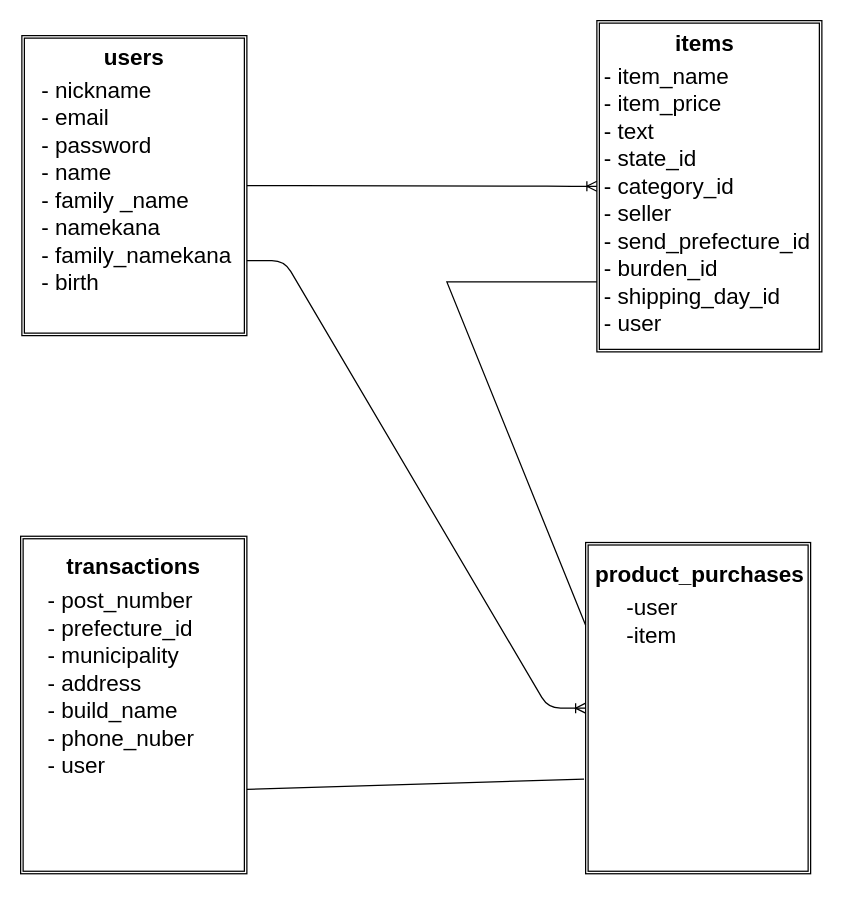
aseat/furima-31536 keeps this draw.io diagram as furima.dio. Above is the earlier version. Source tidied: cells renumbered, new cells numbered last; positions are measured from the earlier drawing's top-left corner, leaving out a move shared by most shapes. Both pictures are drawn from the tidied source at 125%, with x=0, y=0 at pixel (20, 20).
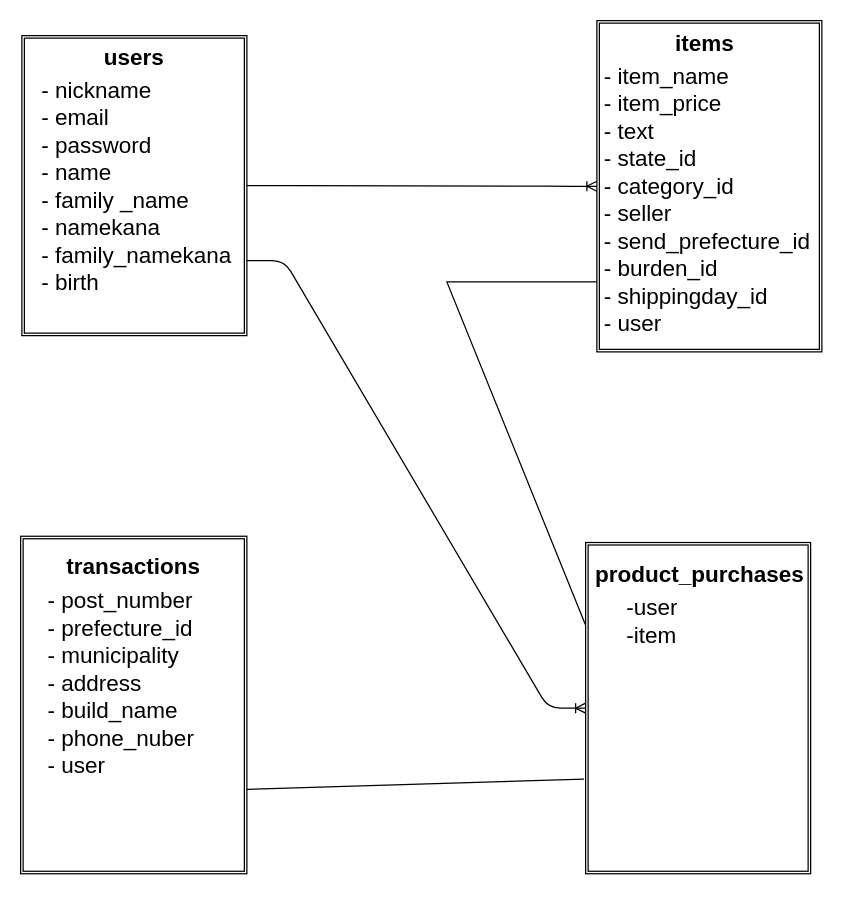
After the change.

The edit, as a diff of the source:
```diff
@@
 <mxGraphModel>
   <root>
     <mxCell id="0" />
     <mxCell id="1" parent="0" />
     <mxCell id="2" style="shape=ext;double=1;rounded=0;whiteSpace=wrap;html=1;" parent="1" vertex="1">
       <mxGeometry x="1" y="12" width="180" height="240" as="geometry" />
     </mxCell>
     <mxCell id="3" style="shape=ext;double=1;rounded=0;whiteSpace=wrap;html=1;" parent="1" vertex="1">
       <mxGeometry x="461" width="180" height="265" as="geometry" />
     </mxCell>
     <mxCell id="4" style="shape=ext;double=1;rounded=0;whiteSpace=wrap;html=1;" parent="1" vertex="1">
       <mxGeometry y="412.5" width="181" height="270" as="geometry" />
     </mxCell>
     <mxCell id="5" value="users" style="text;strokeColor=none;fillColor=none;align=left;verticalAlign=top;spacingLeft=4;spacingRight=4;overflow=hidden;fontSize=18;fontStyle=1;" parent="1" vertex="1">
       <mxGeometry x="61" y="12" width="60" height="26" as="geometry" />
     </mxCell>
     <mxCell id="6" value="- nickname&#10;- email&#10;- password&#10;- name&#10;- family _name&#10;- namekana &#10;- family_namekana&#10;- birth" style="text;strokeColor=none;fillColor=none;align=left;verticalAlign=top;spacingLeft=4;spacingRight=4;overflow=hidden;fontSize=18;" parent="1" vertex="1">
       <mxGeometry x="11" y="38" width="170" height="190" as="geometry" />
     </mxCell>
-    <mxCell id="7" value="- item_name&#10;- item_price&#10;- text&#10;- state_id&#10;- category_id &#10;- seller&#10;- send_prefecture_id&#10;- burden_id&#10;- shipping_day_id&#10;- user" style="text;strokeColor=none;fillColor=none;align=left;verticalAlign=top;spacingLeft=4;spacingRight=4;overflow=hidden;fontSize=18;" parent="1" vertex="1">
+    <mxCell id="7" value="- item_name&#10;- item_price&#10;- text&#10;- state_id&#10;- category_id &#10;- seller&#10;- send_prefecture_id&#10;- burden_id&#10;- shippingday_id&#10;- user" style="text;strokeColor=none;fillColor=none;align=left;verticalAlign=top;spacingLeft=4;spacingRight=4;overflow=hidden;fontSize=18;" parent="1" vertex="1">
       <mxGeometry x="461" y="27" width="180" height="243" as="geometry" />
     </mxCell>
     <mxCell id="8" value="items" style="text;strokeColor=none;fillColor=none;align=left;verticalAlign=top;spacingLeft=4;spacingRight=4;overflow=hidden;fontSize=18;fontStyle=1;" parent="1" vertex="1">
       <mxGeometry x="518" y="1" width="60" height="26" as="geometry" />
     </mxCell>
     <mxCell id="9" value="transactions" style="text;strokeColor=none;fillColor=none;align=left;verticalAlign=top;spacingLeft=4;spacingRight=4;overflow=hidden;fontSize=18;fontStyle=1;" parent="1" vertex="1">
       <mxGeometry x="31" y="419.5" width="120" height="30" as="geometry" />
     </mxCell>
     <mxCell id="10" value="- post_number&#10;- prefecture_id&#10;- municipality&#10;- address&#10;- build_name&#10;- phone_nuber&#10;- user" style="text;strokeColor=none;fillColor=none;align=left;verticalAlign=top;spacingLeft=4;spacingRight=4;overflow=hidden;fontSize=18;" parent="1" vertex="1">
       <mxGeometry x="16" y="446.5" width="149" height="260" as="geometry" />
     </mxCell>
     <mxCell id="11" style="edgeStyle=entityRelationEdgeStyle;fontSize=12;html=1;endArrow=ERoneToMany;entryX=0;entryY=0.5;entryDx=0;entryDy=0;" parent="1" edge="1" source="2" target="3">
       <mxGeometry relative="1" as="geometry" />
     </mxCell>
     <mxCell id="12" style="shape=ext;double=1;rounded=0;whiteSpace=wrap;html=1;" parent="1" vertex="1">
       <mxGeometry x="452" y="417.5" width="180" height="265" as="geometry" />
     </mxCell>
     <mxCell id="13" value="-user&#10;-item" style="text;strokeColor=none;fillColor=none;align=left;verticalAlign=top;spacingLeft=4;spacingRight=4;overflow=hidden;fontSize=18;" parent="1" vertex="1">
       <mxGeometry x="479" y="452" width="126" height="206" as="geometry" />
     </mxCell>
     <mxCell id="14" value="product_purchases&#10;" style="text;strokeColor=none;fillColor=none;align=left;verticalAlign=top;spacingLeft=4;spacingRight=4;overflow=hidden;fontSize=18;fontStyle=1;" parent="1" vertex="1">
       <mxGeometry x="454" y="425.5" width="190" height="26" as="geometry" />
     </mxCell>
     <mxCell id="15" style="edgeStyle=entityRelationEdgeStyle;fontSize=12;html=1;endArrow=ERoneToMany;entryX=0;entryY=0.5;entryDx=0;entryDy=0;exitX=1;exitY=0.75;exitDx=0;exitDy=0;" parent="1" edge="1" source="2" target="12">
       <mxGeometry relative="1" as="geometry" />
     </mxCell>
     <mxCell id="16" style="endArrow=none;html=1;rounded=0;fontSize=18;exitX=0;exitY=0.25;exitDx=0;exitDy=0;" parent="1" edge="1" source="12">
       <mxGeometry relative="1" as="geometry">
         <mxPoint x="461" y="209" as="targetPoint" />
         <Array as="points">
           <mxPoint x="341" y="209" />
         </Array>
       </mxGeometry>
     </mxCell>
     <mxCell id="17" style="endArrow=none;html=1;rounded=0;fontSize=18;exitX=-0.007;exitY=0.714;exitDx=0;exitDy=0;entryX=1;entryY=0.75;entryDx=0;entryDy=0;exitPerimeter=0;" parent="1" edge="1" source="12" target="4">
       <mxGeometry relative="1" as="geometry" />
     </mxCell>
   </root>
 </mxGraphModel>
```
